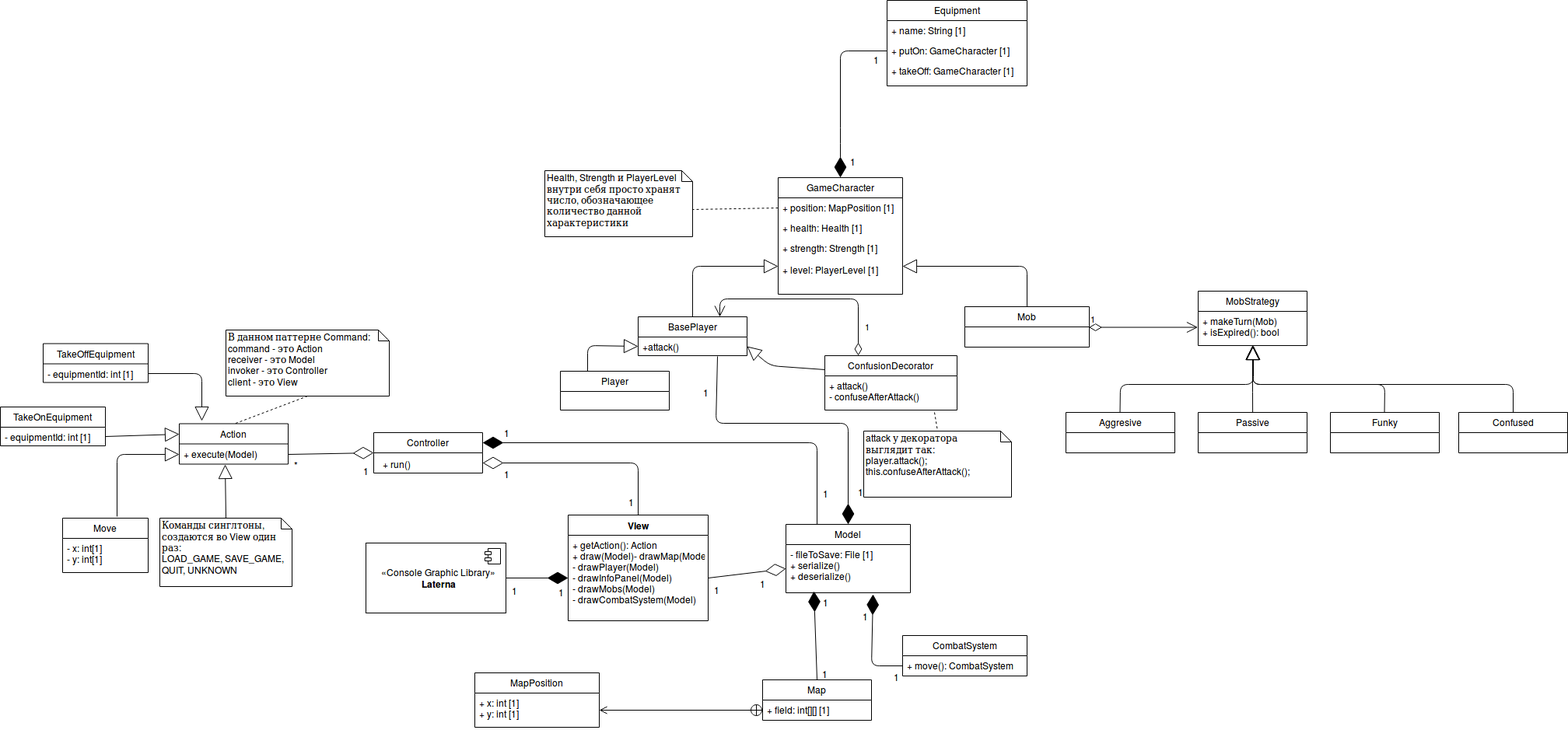
This is hw06/ClassDiagram.png from RamSaw/SoftwareDesign, a draw.io export, as it was before one commit. Source tidied: cells renumbered, new cells last; positions are measured from the earlier drawing's top-left corner, leaving out a move shared by most shapes.
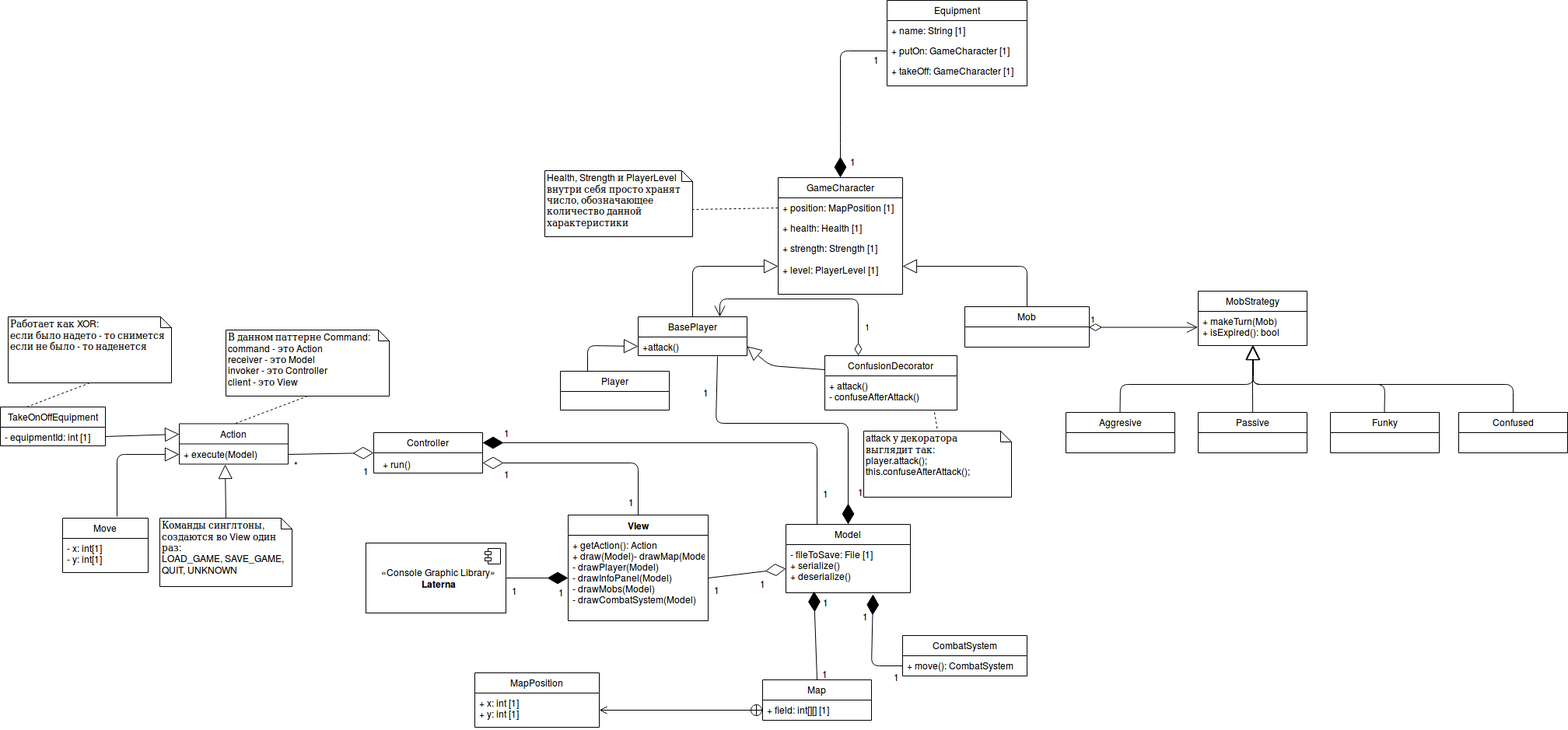
After the commit.

The edit, as a diff of the source:
```diff
@@ -373,7 +373,7 @@
     <mxCell id="86" style="endArrow=block;endSize=16;endFill=0;html=1;entryX=0;entryY=0.25;entryDx=0;entryDy=0;exitX=1;exitY=0.5;exitDx=0;exitDy=0;" parent="1" edge="1" source="88" target="74">
       <mxGeometry relative="1" as="geometry" />
     </mxCell>
-    <mxCell id="87" value="TakeOnEquipment" style="swimlane;fontStyle=0;horizontal=1;startSize=26;fillColor=none;" parent="1" vertex="1">
+    <mxCell id="87" value="TakeOnOffEquipment" style="swimlane;fontStyle=0;horizontal=1;startSize=26;fillColor=none;" parent="1" vertex="1">
       <mxGeometry y="523" width="135" height="50" as="geometry" />
     </mxCell>
     <mxCell id="88" value="- equipmentId: int [1]" style="text;strokeColor=none;fillColor=none;align=left;verticalAlign=top;spacingLeft=4;spacingRight=4;overflow=hidden;points=[[0,0.5],[1,0.5]];portConstraint=eastwest;" parent="87" vertex="1">
@@ -382,18 +382,11 @@
     <mxCell id="89" value="+ run()" style="text;html=1;align=left;verticalAlign=top;spacingTop=-4;" parent="1" vertex="1">
       <mxGeometry x="490" y="586.5" width="50" height="20" as="geometry" />
     </mxCell>
-    <mxCell id="90" value="TakeOffEquipment" style="swimlane;fontStyle=0;horizontal=1;startSize=26;fillColor=none;" parent="1" vertex="1">
-      <mxGeometry x="55" y="441.5" width="135" height="50" as="geometry" />
-    </mxCell>
-    <mxCell id="91" value="- equipmentId: int [1]" style="text;strokeColor=none;fillColor=none;align=left;verticalAlign=top;spacingLeft=4;spacingRight=4;overflow=hidden;points=[[0,0.5],[1,0.5]];portConstraint=eastwest;" parent="90" vertex="1">
-      <mxGeometry y="26" width="135" height="24" as="geometry" />
-    </mxCell>
-    <mxCell id="92" style="endArrow=block;endSize=16;endFill=0;html=1;entryX=0.207;entryY=-0.067;entryDx=0;entryDy=0;exitX=1;exitY=0.5;exitDx=0;exitDy=0;entryPerimeter=0;" parent="1" edge="1" source="91" target="74">
-      <mxGeometry relative="1" as="geometry">
-        <Array as="points">
-          <mxPoint x="259" y="480" />
-        </Array>
-      </mxGeometry>
-    </mxCell>
+    <mxCell id="93" value="&lt;div&gt;Работает как XOR:&lt;/div&gt;&lt;div&gt;если было надето - то снимется&lt;/div&gt;&lt;div&gt;если не было - то наденется&lt;br&gt;&lt;/div&gt;" style="shape=note;whiteSpace=wrap;html=1;size=14;verticalAlign=top;align=left;spacingTop=-6;" parent="1" vertex="1">
+      <mxGeometry x="10" y="407" width="210" height="85" as="geometry" />
+    </mxCell>
+    <mxCell id="94" style="endArrow=none;dashed=1;html=1;entryX=0.25;entryY=0;entryDx=0;entryDy=0;exitX=0.5;exitY=1;exitDx=0;exitDy=0;exitPerimeter=0;" parent="1" edge="1" source="93" target="87">
+      <mxGeometry relative="1" as="geometry" />
+    </mxCell>
   </root>
 </mxGraphModel>
```
